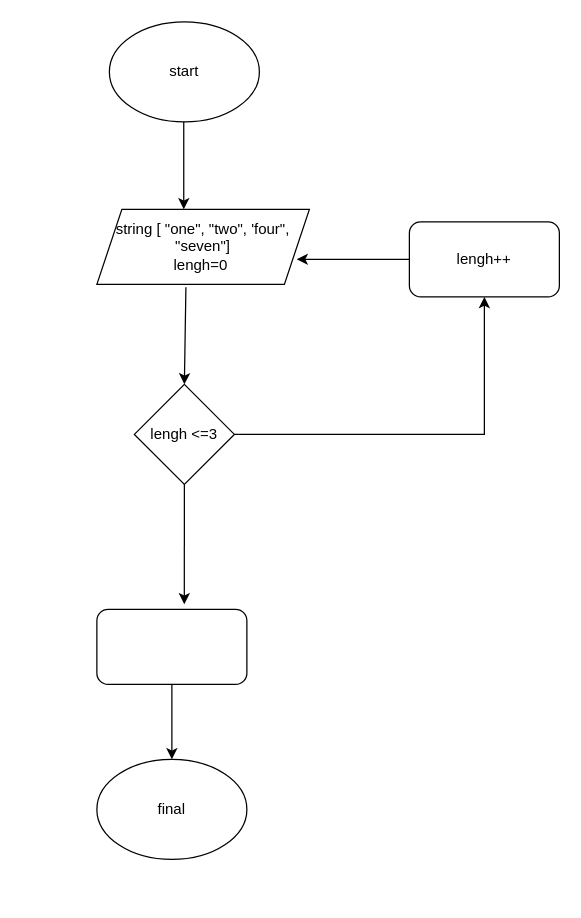
Sh-Konstantin/contr keeps this draw.io diagram as flowcharts.drawio. Above is the earlier version. Source tidied: cells renumbered, new cells numbered last; positions are measured from the earlier drawing's top-left corner, leaving out a move shared by most shapes. Both pictures are drawn from the tidied source at 125%, with x=0, y=0 at pixel (96, 21).
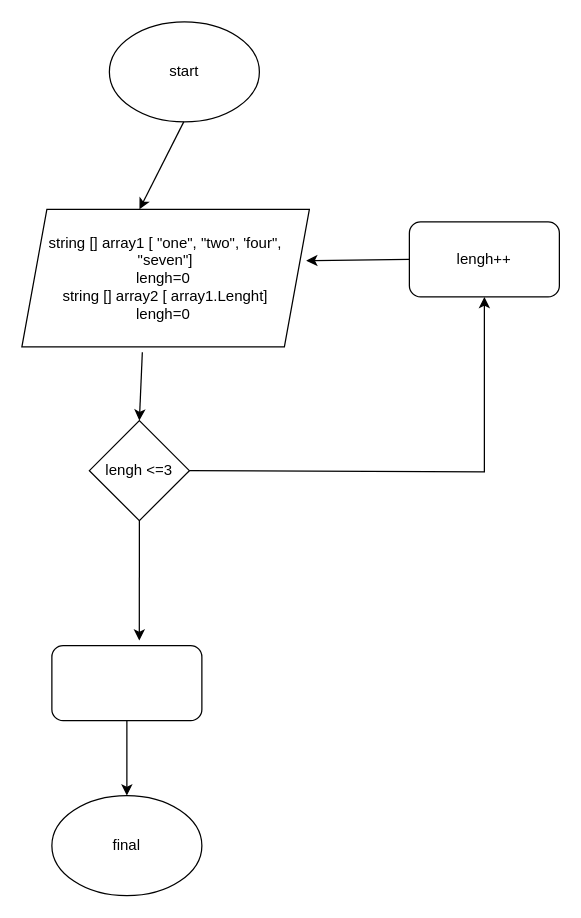
The same page after the edit.

Commit message:
chenge  diagram

The edit, as a diff of the source:
```diff
@@
 <mxGraphModel>
   <root>
     <mxCell id="0" />
     <mxCell id="1" parent="0" />
     <mxCell id="2" value="start" style="ellipse;whiteSpace=wrap;html=1;" parent="1" vertex="1">
       <mxGeometry x="10" width="120" height="80" as="geometry" />
     </mxCell>
-    <mxCell id="3" value="string [ &quot;one&quot;, &quot;two&quot;, 'four&quot;, &quot;seven&quot;]&lt;br&gt;lengh=0&amp;nbsp;&lt;br&gt;" style="shape=parallelogram;perimeter=parallelogramPerimeter;whiteSpace=wrap;html=1;fixedSize=1;" parent="1" vertex="1">
-      <mxGeometry y="150" width="170" height="60" as="geometry" />
+    <mxCell id="3" value="string [] array1 [ &quot;one&quot;, &quot;two&quot;, 'four&quot;, &quot;seven&quot;]&lt;br&gt;lengh=0&amp;nbsp;&lt;br&gt;string [] array2 [ array1.Lenght]&lt;br&gt;lengh=0&amp;nbsp;" style="shape=parallelogram;perimeter=parallelogramPerimeter;whiteSpace=wrap;html=1;fixedSize=1;" parent="1" vertex="1">
+      <mxGeometry x="-60" y="150" width="230" height="110" as="geometry" />
     </mxCell>
     <mxCell id="4" value="lengh &amp;lt;=3" style="rhombus;whiteSpace=wrap;html=1;" parent="1" vertex="1">
-      <mxGeometry x="30" y="290" width="80" height="80" as="geometry" />
+      <mxGeometry x="-6" y="319" width="80" height="80" as="geometry" />
     </mxCell>
     <mxCell id="5" style="rounded=1;whiteSpace=wrap;html=1;" parent="1" vertex="1">
-      <mxGeometry y="470" width="120" height="60" as="geometry" />
+      <mxGeometry x="-36" y="499" width="120" height="60" as="geometry" />
     </mxCell>
     <mxCell id="6" value="final" style="ellipse;whiteSpace=wrap;html=1;" parent="1" vertex="1">
-      <mxGeometry y="590" width="120" height="80" as="geometry" />
+      <mxGeometry x="-36" y="619" width="120" height="80" as="geometry" />
     </mxCell>
     <mxCell id="7" value="lengh++" style="rounded=1;whiteSpace=wrap;html=1;" parent="1" vertex="1">
       <mxGeometry x="250" y="160" width="120" height="60" as="geometry" />
     </mxCell>
     <mxCell id="8" style="endArrow=classic;html=1;rounded=0;exitX=1;exitY=0.5;exitDx=0;exitDy=0;entryX=0.5;entryY=1;entryDx=0;entryDy=0;" parent="1" edge="1" source="4" target="7">
       <mxGeometry relative="1" as="geometry">
         <Array as="points">
-          <mxPoint x="310" y="330" />
+          <mxPoint x="310" y="360" />
         </Array>
       </mxGeometry>
     </mxCell>
-    <mxCell id="9" style="endArrow=classic;html=1;rounded=0;exitX=0;exitY=0.5;exitDx=0;exitDy=0;entryX=0.94;entryY=0.666;entryDx=0;entryDy=0;entryPerimeter=0;" parent="1" edge="1" source="7" target="3">
+    <mxCell id="9" style="endArrow=classic;html=1;rounded=0;exitX=0;exitY=0.5;exitDx=0;exitDy=0;entryX=0.989;entryY=0.373;entryDx=0;entryDy=0;entryPerimeter=0;" parent="1" edge="1" source="7" target="3">
       <mxGeometry relative="1" as="geometry" />
     </mxCell>
     <mxCell id="10" style="endArrow=classic;html=1;rounded=0;entryX=0.5;entryY=0;entryDx=0;entryDy=0;exitX=0.419;exitY=1.039;exitDx=0;exitDy=0;exitPerimeter=0;" parent="1" edge="1" source="3" target="4">
       <mxGeometry relative="1" as="geometry" />
     </mxCell>
     <mxCell id="11" style="endArrow=classic;html=1;rounded=0;exitX=0.5;exitY=1;exitDx=0;exitDy=0;entryX=0.583;entryY=-0.067;entryDx=0;entryDy=0;entryPerimeter=0;" parent="1" edge="1" source="4" target="5">
       <mxGeometry relative="1" as="geometry" />
     </mxCell>
     <mxCell id="12" style="endArrow=classic;html=1;rounded=0;entryX=0.5;entryY=0;entryDx=0;entryDy=0;" parent="1" edge="1" source="5" target="6">
       <mxGeometry relative="1" as="geometry" />
     </mxCell>
     <mxCell id="13" style="endArrow=classic;html=1;rounded=0;entryX=0.409;entryY=0;entryDx=0;entryDy=0;entryPerimeter=0;" parent="1" edge="1" target="3">
       <mxGeometry relative="1" as="geometry">
         <mxPoint x="69.5" y="80" as="sourcePoint" />
       </mxGeometry>
     </mxCell>
   </root>
 </mxGraphModel>
```
